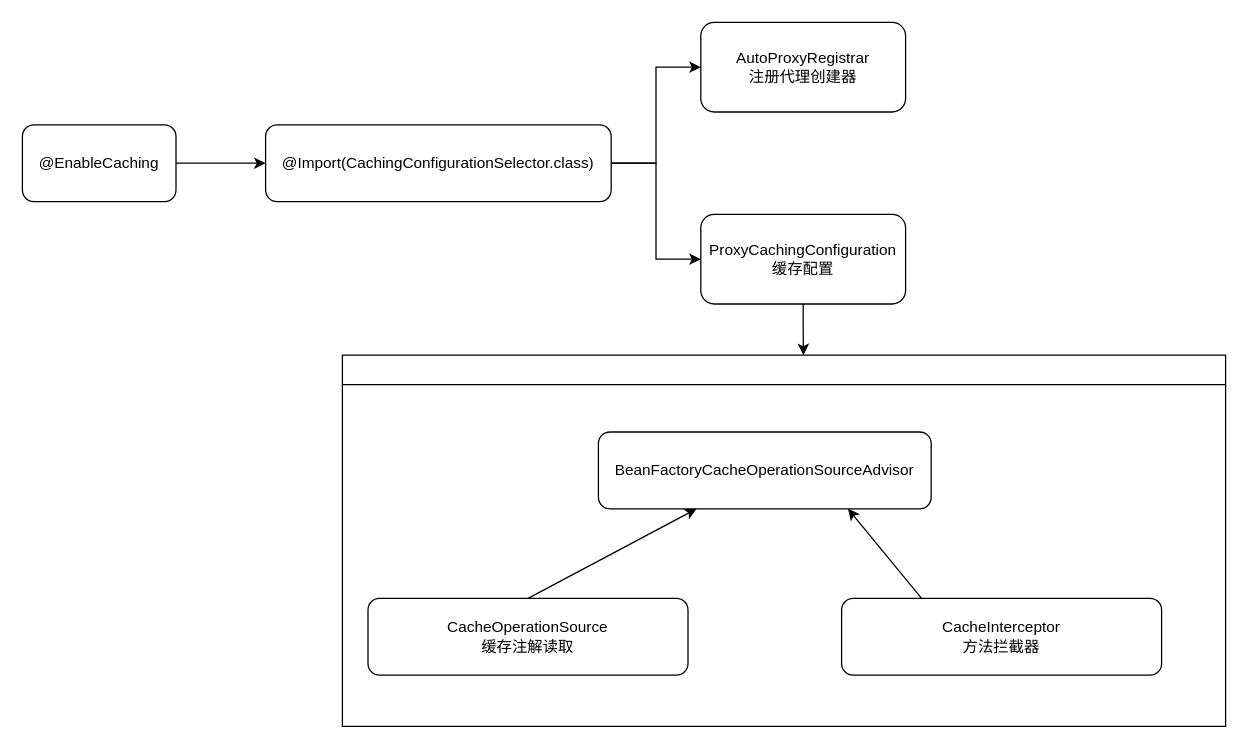
The draw.io diagram page "Cache" (4 of 6) of doc/spring.drawio in zhangkang1521/spring-framework, before the edit. Source tidied: cells renumbered, new cells numbered last; positions are measured from the earlier drawing's top-left corner, leaving out a move shared by most shapes. Both pictures are drawn from the tidied source at 128%, with x=0, y=0 at pixel (22, 22).
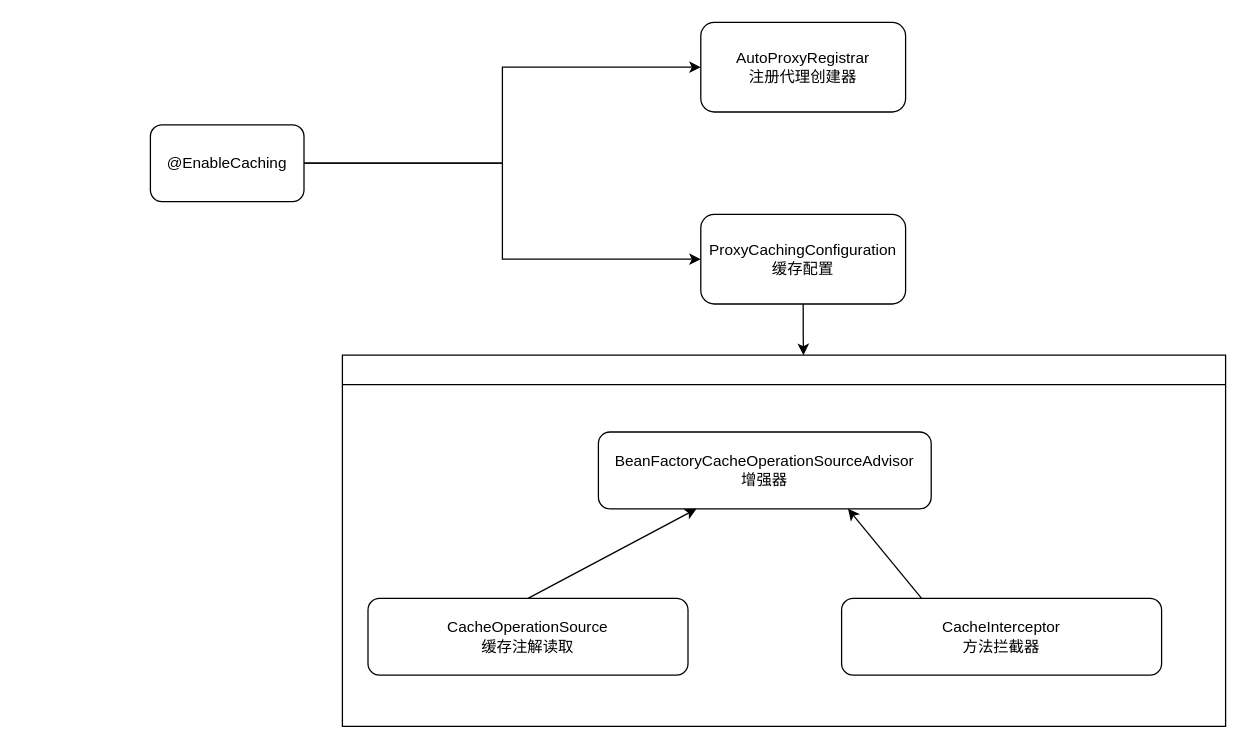
The same page after the edit.

What changed in the source:
```diff
@@
 <mxGraphModel>
   <root>
     <mxCell id="0" />
     <mxCell id="1" parent="0" />
-    <mxCell id="2" style="edgeStyle=orthogonalEdgeStyle;rounded=0;jettySize=auto;html=1;exitX=1;exitY=0.5;exitDx=0;exitDy=0;entryX=0;entryY=0.5;entryDx=0;entryDy=0;" parent="1" edge="1" source="3" target="6">
-      <mxGeometry relative="1" as="geometry" />
-    </mxCell>
+    <mxCell id="16" style="edgeStyle=orthogonalEdgeStyle;rounded=0;jettySize=auto;html=1;exitX=1;exitY=0.5;exitDx=0;exitDy=0;entryX=0;entryY=0.5;entryDx=0;entryDy=0;" parent="1" edge="1" source="3" target="7">
+      <mxGeometry relative="1" as="geometry" />
+    </mxCell>
+    <mxCell id="17" style="edgeStyle=orthogonalEdgeStyle;rounded=0;jettySize=auto;html=1;exitX=1;exitY=0.5;exitDx=0;exitDy=0;entryX=0;entryY=0.5;entryDx=0;entryDy=0;" parent="1" edge="1" source="3" target="9">
+      <mxGeometry relative="1" as="geometry" />
+    </mxCell>
     <mxCell id="3" value="@EnableCaching" style="rounded=1;whiteSpace=wrap;html=1;" parent="1" vertex="1">
-      <mxGeometry y="80" width="120" height="60" as="geometry" />
+      <mxGeometry x="100" y="80" width="120" height="60" as="geometry" />
     </mxCell>
-    <mxCell id="4" style="edgeStyle=orthogonalEdgeStyle;rounded=0;jettySize=auto;html=1;exitX=1;exitY=0.5;exitDx=0;exitDy=0;entryX=0;entryY=0.5;entryDx=0;entryDy=0;" parent="1" edge="1" source="6" target="7">
-      <mxGeometry relative="1" as="geometry" />
-    </mxCell>
-    <mxCell id="5" style="edgeStyle=orthogonalEdgeStyle;rounded=0;jettySize=auto;html=1;exitX=1;exitY=0.5;exitDx=0;exitDy=0;entryX=0;entryY=0.5;entryDx=0;entryDy=0;" parent="1" edge="1" source="6" target="9">
-      <mxGeometry relative="1" as="geometry" />
-    </mxCell>
-    <mxCell id="6" value="@Import(CachingConfigurationSelector.class)" style="rounded=1;whiteSpace=wrap;html=1;" parent="1" vertex="1">
-      <mxGeometry x="190" y="80" width="270" height="60" as="geometry" />
-    </mxCell>
     <mxCell id="7" value="AutoProxyRegistrar&lt;br&gt;注册代理创建器" style="rounded=1;whiteSpace=wrap;html=1;" parent="1" vertex="1">
       <mxGeometry x="530" width="160" height="70" as="geometry" />
     </mxCell>
     <mxCell id="8" style="edgeStyle=orthogonalEdgeStyle;rounded=0;jettySize=auto;html=1;exitX=0.5;exitY=1;exitDx=0;exitDy=0;entryX=0.522;entryY=0;entryDx=0;entryDy=0;entryPerimeter=0;fontColor=#FFFFFF;" parent="1" edge="1" source="9" target="10">
       <mxGeometry relative="1" as="geometry" />
     </mxCell>
     <mxCell id="9" value="ProxyCachingConfiguration&lt;br&gt;缓存配置" style="rounded=1;whiteSpace=wrap;html=1;" parent="1" vertex="1">
       <mxGeometry x="530" y="150" width="160" height="70" as="geometry" />
     </mxCell>
     <mxCell id="10" value="Vertical Container" style="swimlane;fontColor=#FFFFFF;" parent="1" vertex="1">
       <mxGeometry x="250" y="260" width="690" height="290" as="geometry" />
     </mxCell>
     <mxCell id="11" value="&lt;span style=&quot;&quot;&gt;CacheOperationSource&lt;br&gt;缓存注解读取&lt;br&gt;&lt;/span&gt;" style="rounded=1;whiteSpace=wrap;html=1;" parent="10" vertex="1">
       <mxGeometry x="20" y="190" width="250" height="60" as="geometry" />
     </mxCell>
     <mxCell id="12" value="CacheInterceptor&lt;br&gt;方法拦截器" style="rounded=1;whiteSpace=wrap;html=1;" parent="10" vertex="1">
       <mxGeometry x="390" y="190" width="250" height="60" as="geometry" />
     </mxCell>
-    <mxCell id="13" value="BeanFactoryCacheOperationSourceAdvisor&lt;br&gt;" style="rounded=1;whiteSpace=wrap;html=1;" parent="10" vertex="1">
+    <mxCell id="13" value="BeanFactoryCacheOperationSourceAdvisor&lt;br&gt;增强器" style="rounded=1;whiteSpace=wrap;html=1;" parent="10" vertex="1">
       <mxGeometry x="200" y="60" width="260" height="60" as="geometry" />
     </mxCell>
     <mxCell id="14" style="rounded=0;jettySize=auto;html=1;exitX=0.5;exitY=0;exitDx=0;exitDy=0;entryX=0.295;entryY=1;entryDx=0;entryDy=0;entryPerimeter=0;fontColor=#FFFFFF;" parent="10" edge="1" source="11" target="13">
       <mxGeometry relative="1" as="geometry" />
     </mxCell>
     <mxCell id="15" style="edgeStyle=none;rounded=0;jettySize=auto;html=1;exitX=0.25;exitY=0;exitDx=0;exitDy=0;entryX=0.75;entryY=1;entryDx=0;entryDy=0;fontColor=#FFFFFF;" parent="10" edge="1" source="12" target="13">
       <mxGeometry relative="1" as="geometry" />
     </mxCell>
   </root>
 </mxGraphModel>
```
